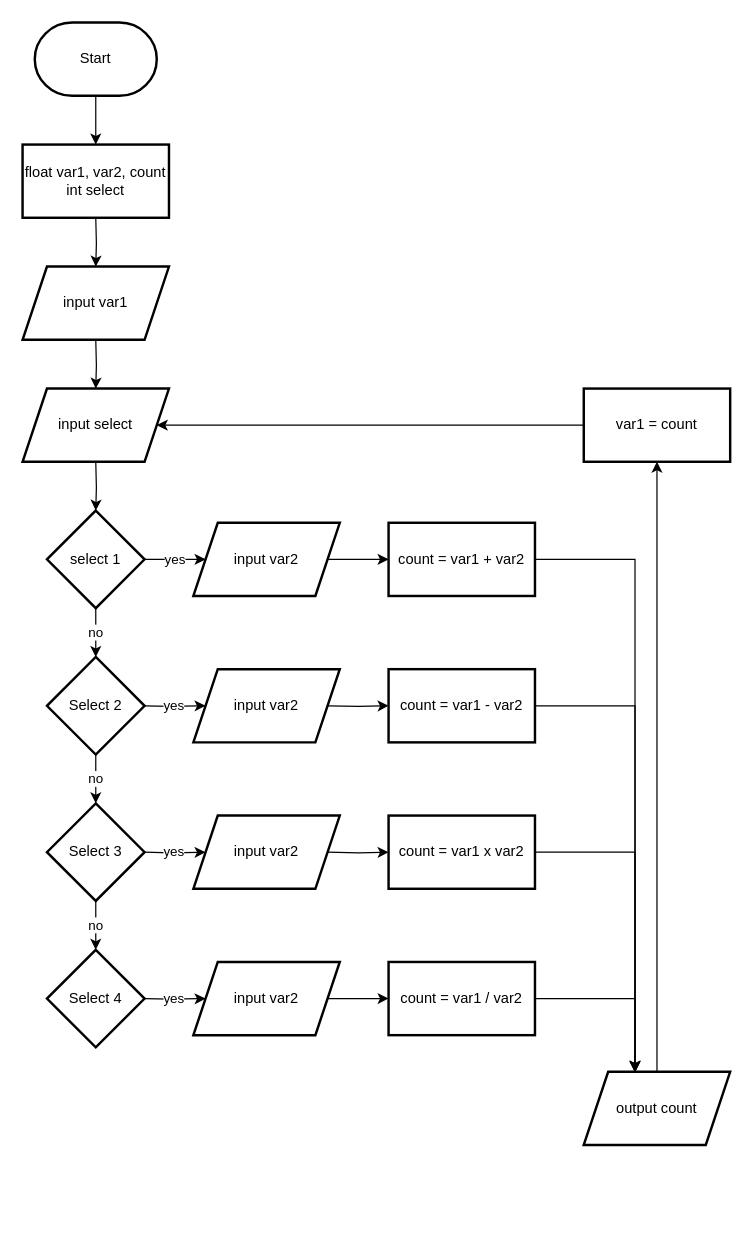
naufaliksham/naufal_iksham-kalkulator keeps this draw.io diagram as flowchart-be2621465.drawio. Above is the earlier version. Source tidied: cells renumbered, new cells numbered last; positions are measured from the earlier drawing's top-left corner, leaving out a move shared by most shapes. Both pictures are drawn from the tidied source at 122%, with x=0, y=0 at pixel (22, 22).
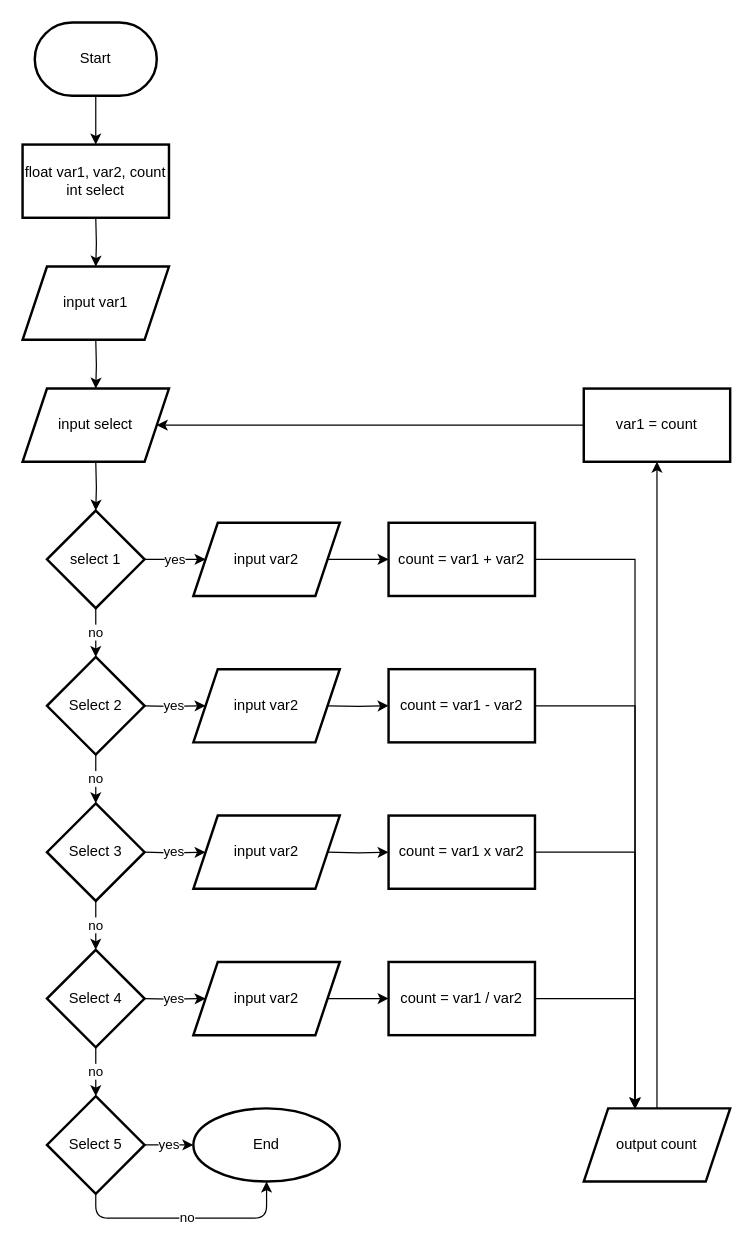
After the change.

Commit message:
Flowchart mengakhiri penggunaan aplikasi di kondisi terakhir looping

Unchanged cells that the change refers to:
```xml
<mxCell id="15" value="Select 4" style="rhombus;whiteSpace=wrap;html=1;strokeWidth=2;" parent="1" vertex="1">
  <mxGeometry x="20" y="760" width="80" height="80" as="geometry" />
</mxCell>
```

Diff of the diagram source:
```diff
@@
+    <mxCell id="41" value="yes" style="edgeStyle=none;html=1;" parent="1" edge="1" source="45" target="43">
+      <mxGeometry relative="1" as="geometry" />
+    </mxCell>
+    <mxCell id="42" value="no" style="edgeStyle=none;html=1;" parent="1" edge="1" source="15" target="45">
+      <mxGeometry relative="1" as="geometry" />
+    </mxCell>
@@
     <mxCell id="38" value="output count" style="shape=parallelogram;perimeter=parallelogramPerimeter;whiteSpace=wrap;html=1;fixedSize=1;strokeWidth=2;" parent="1" vertex="1">
-      <mxGeometry x="460" y="860" width="120" height="60" as="geometry" />
+      <mxGeometry x="460" y="890" width="120" height="60" as="geometry" />
     </mxCell>
@@
+    <mxCell id="43" value="End" style="ellipse;whiteSpace=wrap;html=1;strokeWidth=2;" parent="1" vertex="1">
+      <mxGeometry x="140" y="890" width="120" height="60" as="geometry" />
+    </mxCell>
+    <mxCell id="44" value="no" style="edgeStyle=none;html=1;entryX=0.5;entryY=1;entryDx=0;entryDy=0;exitX=0.5;exitY=1;exitDx=0;exitDy=0;" parent="1" edge="1" source="45" target="43">
+      <mxGeometry relative="1" as="geometry">
+        <Array as="points">
+          <mxPoint x="60" y="980" />
+          <mxPoint x="120" y="980" />
+          <mxPoint x="200" y="980" />
+        </Array>
+      </mxGeometry>
+    </mxCell>
+    <mxCell id="45" value="Select 5" style="rhombus;whiteSpace=wrap;html=1;strokeWidth=2;" parent="1" vertex="1">
+      <mxGeometry x="20" y="880" width="80" height="80" as="geometry" />
+    </mxCell>
```
